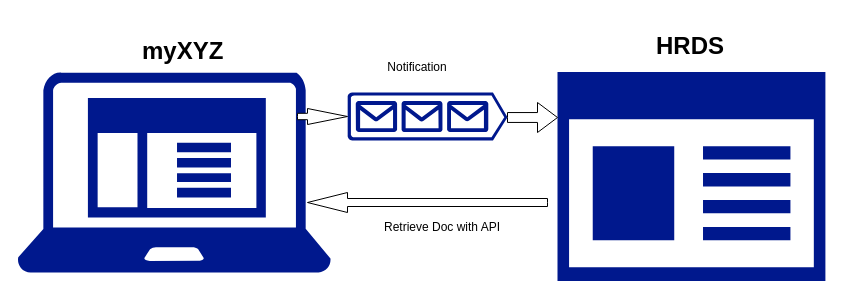
Before: Untitled Diagram.drawio in yukuansong/draw.io, a draw.io diagram. Source tidied: cells renumbered, new cells numbered last; positions are measured from the earlier drawing's top-left corner, leaving out a move shared by most shapes. Both pictures are drawn from the tidied source at 100%, with x=0, y=0 at pixel (17, 26).
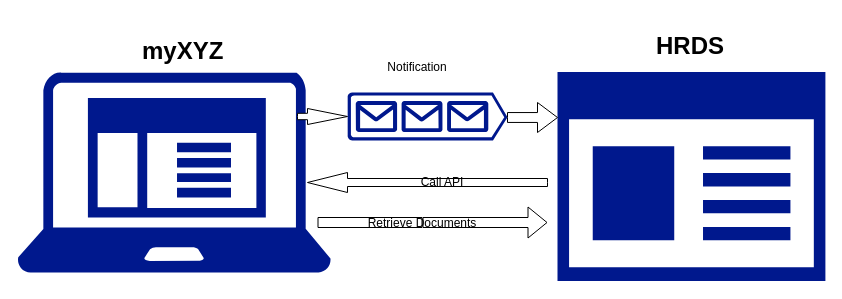
The same page after the edit.

The edit, as a diff of the source:
```diff
@@
 <mxGraphModel>
   <root>
     <mxCell id="0" />
     <mxCell id="1" parent="0" />
     <mxCell id="2" style="sketch=0;shadow=0;dashed=0;html=1;strokeColor=none;labelPosition=center;verticalLabelPosition=bottom;verticalAlign=top;align=center;fillColor=#00188D;shape=mxgraph.azure.queue_generic;direction=east;" parent="1" vertex="1">
       <mxGeometry x="330" y="66" width="160" height="48" as="geometry" />
     </mxCell>
     <mxCell id="3" style="sketch=0;shadow=0;dashed=0;html=1;strokeColor=none;labelPosition=center;verticalLabelPosition=bottom;verticalAlign=top;align=center;fillColor=#00188D;shape=mxgraph.mscae.enterprise.app_generic;" parent="1" vertex="1">
       <mxGeometry x="540" y="45.5" width="267.9" height="209" as="geometry" />
     </mxCell>
     <mxCell id="4" style="sketch=0;shadow=0;dashed=0;html=1;strokeColor=none;labelPosition=center;verticalLabelPosition=bottom;verticalAlign=top;align=center;fillColor=#00188D;shape=mxgraph.mscae.enterprise.client_application;" parent="1" vertex="1">
       <mxGeometry y="45.5" width="313.3" height="200.5" as="geometry" />
     </mxCell>
     <mxCell id="5" style="html=1;shadow=0;dashed=0;align=center;verticalAlign=middle;shape=mxgraph.arrows2.arrow;dy=0.6;dx=40;notch=0;" parent="1" vertex="1">
       <mxGeometry x="280" y="82" width="50" height="16" as="geometry" />
     </mxCell>
     <mxCell id="6" style="html=1;shadow=0;dashed=0;align=center;verticalAlign=middle;shape=mxgraph.arrows2.arrow;dy=0.67;dx=20;notch=0;" parent="1" vertex="1">
       <mxGeometry x="490" y="76" width="50" height="30" as="geometry" />
     </mxCell>
     <mxCell id="7" value="Notification" style="text;html=1;strokeColor=none;fillColor=none;align=center;verticalAlign=middle;whiteSpace=wrap;rounded=0;" parent="1" vertex="1">
       <mxGeometry x="370" y="26" width="60" height="30" as="geometry" />
     </mxCell>
     <mxCell id="8" style="html=1;shadow=0;dashed=0;align=center;verticalAlign=middle;shape=mxgraph.arrows2.arrow;dy=0.6;dx=40;flipH=1;notch=0;" parent="1" vertex="1">
-      <mxGeometry x="290" y="166" width="240" height="20" as="geometry" />
+      <mxGeometry x="290" y="146" width="240" height="20" as="geometry" />
     </mxCell>
-    <mxCell id="9" value="Retrieve Doc with API" style="text;html=1;strokeColor=none;fillColor=none;align=center;verticalAlign=middle;whiteSpace=wrap;rounded=0;" parent="1" vertex="1">
-      <mxGeometry x="330" y="186" width="190" height="30" as="geometry" />
+    <mxCell id="9" value="Call API" style="text;html=1;strokeColor=none;fillColor=none;align=center;verticalAlign=middle;whiteSpace=wrap;rounded=0;" parent="1" vertex="1">
+      <mxGeometry x="330" y="141" width="190" height="30" as="geometry" />
     </mxCell>
     <mxCell id="10" value="&lt;h1&gt;myXYZ&lt;/h1&gt;" style="text;html=1;strokeColor=none;fillColor=none;spacing=5;spacingTop=-20;whiteSpace=wrap;overflow=hidden;rounded=0;" parent="1" vertex="1">
       <mxGeometry x="120" y="5" width="90" height="40.5" as="geometry" />
     </mxCell>
     <mxCell id="11" value="&lt;h1&gt;HRDS&lt;/h1&gt;" style="text;html=1;strokeColor=none;fillColor=none;spacing=5;spacingTop=-20;whiteSpace=wrap;overflow=hidden;rounded=0;" parent="1" vertex="1">
       <mxGeometry x="634" y="0.2" width="80" height="50" as="geometry" />
     </mxCell>
+    <mxCell id="12" style="shape=flexArrow;endArrow=classic;html=1;rounded=0;startArrow=none;" parent="1" edge="1" source="14">
+      <mxGeometry relative="1" as="geometry">
+        <mxPoint x="530" y="196" as="targetPoint" />
+      </mxGeometry>
+    </mxCell>
+    <mxCell id="13" style="shape=flexArrow;endArrow=none;html=1;rounded=0;" parent="1" edge="1" target="14">
+      <mxGeometry relative="1" as="geometry">
+        <mxPoint x="300" y="196" as="sourcePoint" />
+      </mxGeometry>
+    </mxCell>
+    <mxCell id="14" value="Retrieve Documents" style="text;html=1;strokeColor=none;fillColor=none;align=center;verticalAlign=middle;whiteSpace=wrap;rounded=0;" parent="1" vertex="1">
+      <mxGeometry x="320" y="196" width="170" as="geometry" />
+    </mxCell>
   </root>
 </mxGraphModel>
```
